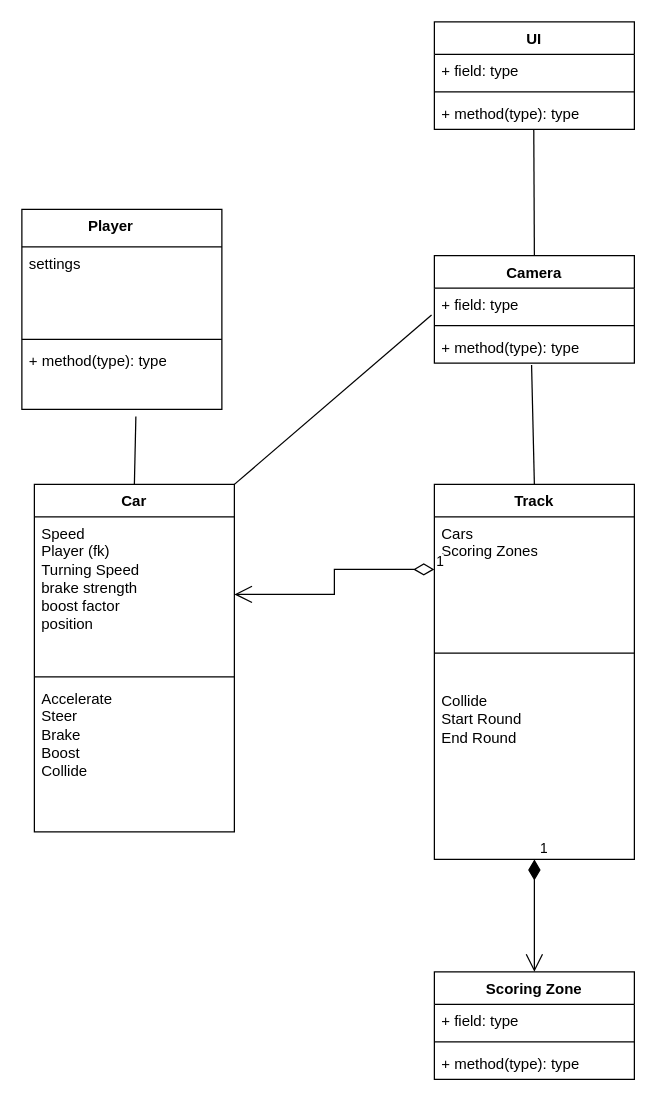
The draw.io diagram Dragster_CD.drawio in Teicsoft/Dragster, before the edit. Source tidied: cells renumbered, new cells numbered last; positions are measured from the earlier drawing's top-left corner, leaving out a move shared by most shapes. Both pictures are drawn from the tidied source at 125%, with x=0, y=0 at pixel (21, 21).
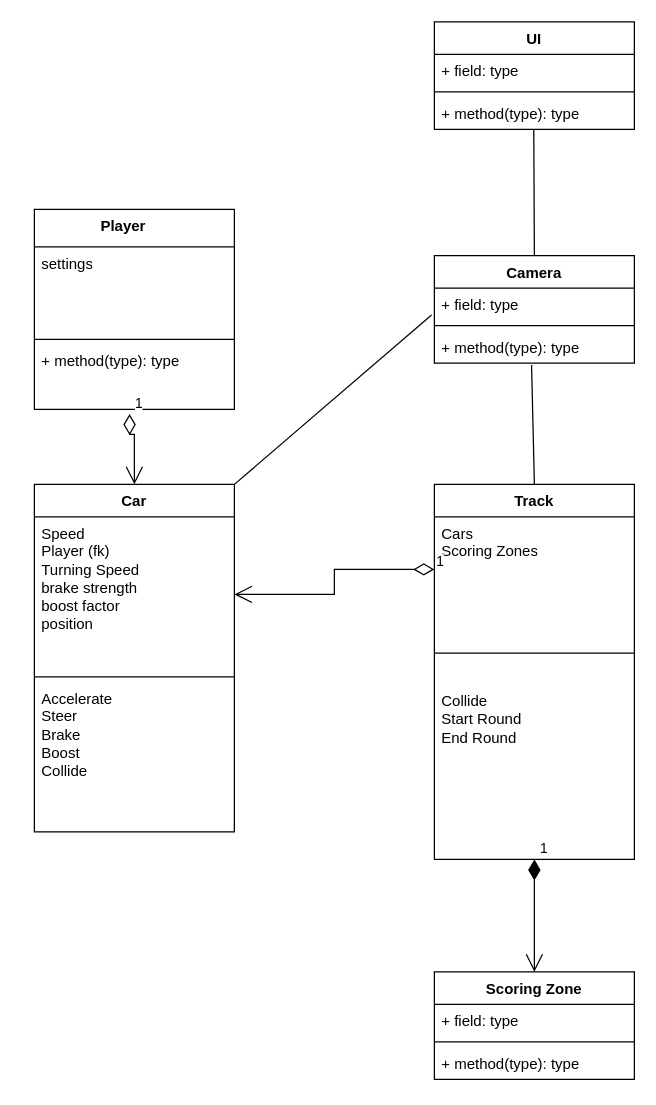
The same page after the edit.

The change refers to these unchanged cells:
```xml
<mxCell id="2" value="Car" style="swimlane;fontStyle=1;align=center;verticalAlign=top;horizontal=1;startSize=26;whiteSpace=wrap;html=1;" parent="1" vertex="1">
  <mxGeometry x="10" y="370" width="160" height="278" as="geometry" />
</mxCell>
<mxCell id="19" value="+ method(type): type" style="text;strokeColor=none;fillColor=none;align=left;verticalAlign=top;spacingLeft=4;spacingRight=4;overflow=hidden;points=[[0,0.5],[1,0.5]];portConstraint=eastwest;whiteSpace=wrap;html=1;" parent="16" vertex="1">
  <mxGeometry y="108" width="160" height="52" as="geometry" />
</mxCell>
```

Change to the diagram source:
```diff
@@
     <mxCell id="16" value="Player&lt;span style=&quot;white-space: pre;&quot;&gt;&#9;&lt;/span&gt;" style="swimlane;fontStyle=1;align=center;verticalAlign=top;horizontal=1;startSize=30;whiteSpace=wrap;html=1;" parent="1" vertex="1">
-      <mxGeometry y="150" width="160" height="160" as="geometry" />
+      <mxGeometry x="10" y="150" width="160" height="160" as="geometry" />
     </mxCell>
@@
-    <mxCell id="20" style="endArrow=none;html=1;rounded=0;entryX=0.57;entryY=1.109;entryDx=0;entryDy=0;entryPerimeter=0;exitX=0.5;exitY=0;exitDx=0;exitDy=0;" parent="1" edge="1" source="2" target="19">
-      <mxGeometry relative="1" as="geometry" />
-    </mxCell>
@@
+    <mxCell id="32" value="1" style="endArrow=open;html=1;endSize=12;startArrow=diamondThin;startSize=14;startFill=0;edgeStyle=orthogonalEdgeStyle;align=left;verticalAlign=bottom;rounded=0;exitX=0.476;exitY=1.071;exitDx=0;exitDy=0;exitPerimeter=0;entryX=0.5;entryY=0;entryDx=0;entryDy=0;" parent="1" edge="1" source="19" target="2">
+      <mxGeometry x="-1" y="3" relative="1" as="geometry">
+        <Array as="points">
+          <mxPoint x="86" y="330" />
+          <mxPoint x="90" y="330" />
+        </Array>
+      </mxGeometry>
+    </mxCell>
```
